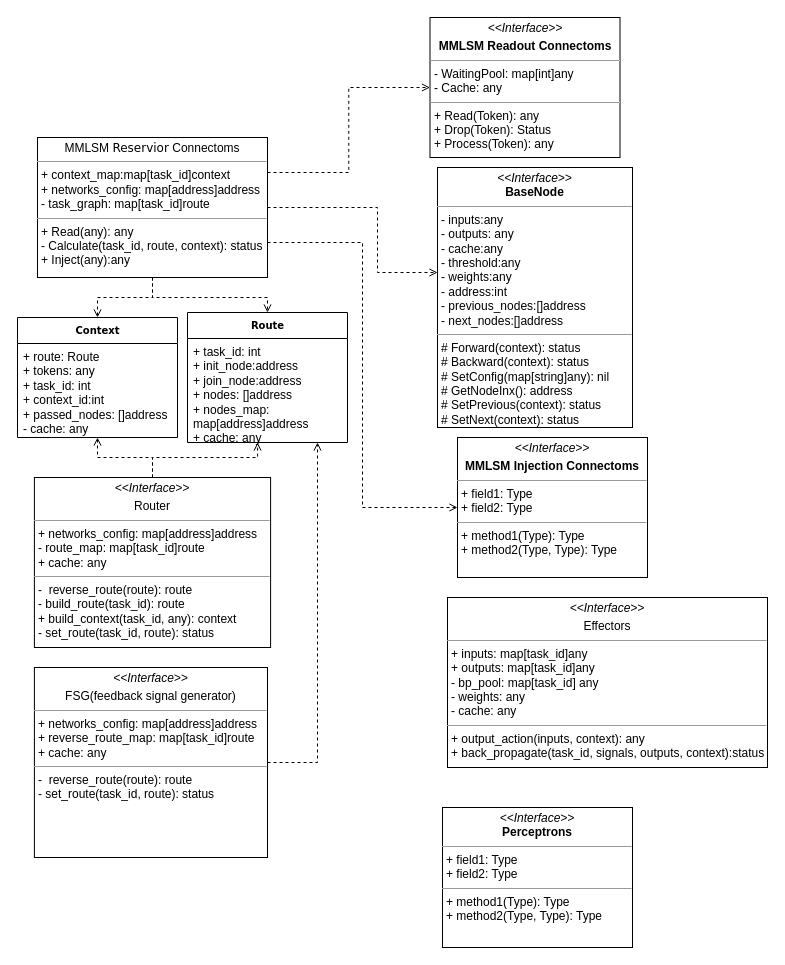
Above: node_class.drawio in xiechuxi/Memorophila_computing (draw.io), before the change. Source tidied: cells renumbered, new cells numbered last; positions are measured from the earlier drawing's top-left corner, leaving out a move shared by most shapes. Both pictures are drawn from the tidied source at 100%, with x=0, y=0 at pixel (17, 17).
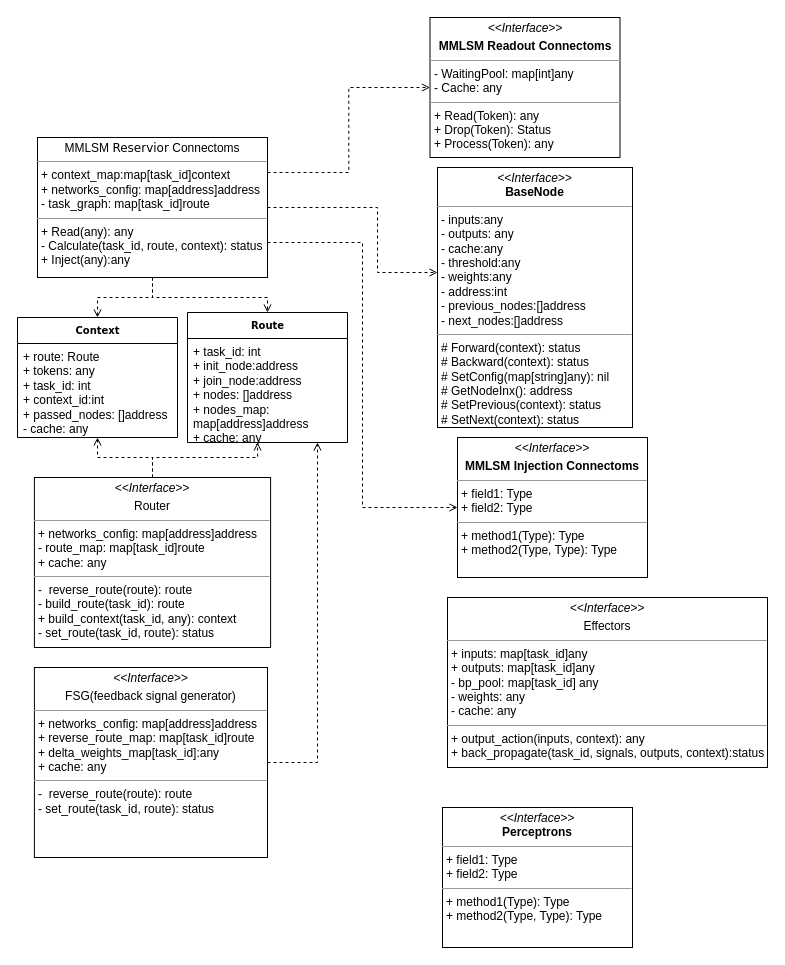
The same page after the edit.

Change to the diagram source:
```diff
@@
-    <mxCell id="9" value="&lt;p style=&quot;margin: 4px 0px 0px; text-align: center;&quot;&gt;&lt;i&gt;&amp;lt;&amp;lt;Interface&amp;gt;&amp;gt;&lt;/i&gt;&lt;br&gt;&lt;/p&gt;&lt;p style=&quot;margin: 4px 0px 0px; text-align: center;&quot;&gt;FSG(feedback signal generator)&lt;/p&gt;&lt;hr size=&quot;1&quot;&gt;&lt;p style=&quot;margin:0px;margin-left:4px;&quot;&gt;+&amp;nbsp;networks_config:&amp;nbsp;map[address]address&lt;br&gt;+ reverse_route_map: map[task_id]route&lt;/p&gt;&lt;p style=&quot;margin:0px;margin-left:4px;&quot;&gt;+ cache: any&lt;/p&gt;&lt;hr size=&quot;1&quot;&gt;&lt;p style=&quot;margin:0px;margin-left:4px;&quot;&gt;- &amp;nbsp;reverse_route(route): route&lt;br&gt;&lt;/p&gt;&lt;p style=&quot;margin:0px;margin-left:4px;&quot;&gt;- set_route(task_id, route): status&lt;/p&gt;" style="verticalAlign=top;align=left;overflow=fill;fontSize=12;fontFamily=Helvetica;html=1;rounded=0;shadow=0;comic=0;labelBackgroundColor=none;strokeWidth=1;" parent="1" vertex="1">
+    <mxCell id="9" value="&lt;p style=&quot;margin: 4px 0px 0px; text-align: center;&quot;&gt;&lt;i&gt;&amp;lt;&amp;lt;Interface&amp;gt;&amp;gt;&lt;/i&gt;&lt;br&gt;&lt;/p&gt;&lt;p style=&quot;margin: 4px 0px 0px; text-align: center;&quot;&gt;FSG(feedback signal generator)&lt;/p&gt;&lt;hr size=&quot;1&quot;&gt;&lt;p style=&quot;margin:0px;margin-left:4px;&quot;&gt;+&amp;nbsp;networks_config:&amp;nbsp;map[address]address&lt;br&gt;+ reverse_route_map: map[task_id]route&lt;/p&gt;&lt;p style=&quot;margin:0px;margin-left:4px;&quot;&gt;+ delta_weights_map[task_id]:any&lt;/p&gt;&lt;p style=&quot;margin:0px;margin-left:4px;&quot;&gt;+ cache: any&lt;/p&gt;&lt;hr size=&quot;1&quot;&gt;&lt;p style=&quot;margin:0px;margin-left:4px;&quot;&gt;- &amp;nbsp;reverse_route(route): route&lt;br&gt;&lt;/p&gt;&lt;p style=&quot;margin:0px;margin-left:4px;&quot;&gt;- set_route(task_id, route): status&lt;/p&gt;" style="verticalAlign=top;align=left;overflow=fill;fontSize=12;fontFamily=Helvetica;html=1;rounded=0;shadow=0;comic=0;labelBackgroundColor=none;strokeWidth=1;" parent="1" vertex="1">
       <mxGeometry x="16.9" y="650" width="233.1" height="190" as="geometry" />
     </mxCell>
```
